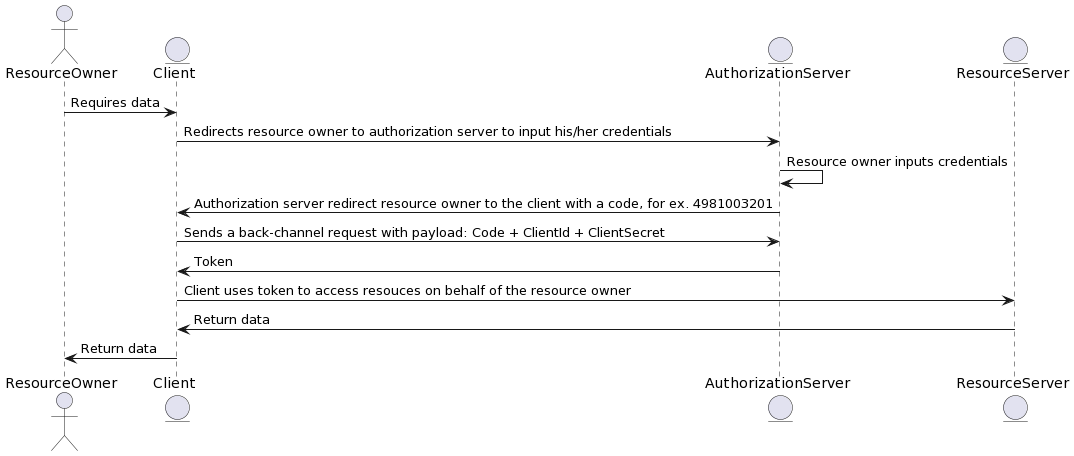
Before: assets/authorization-code-flow.png, a diagram exported from PlantUML (saeedmaghdam/oauth2).
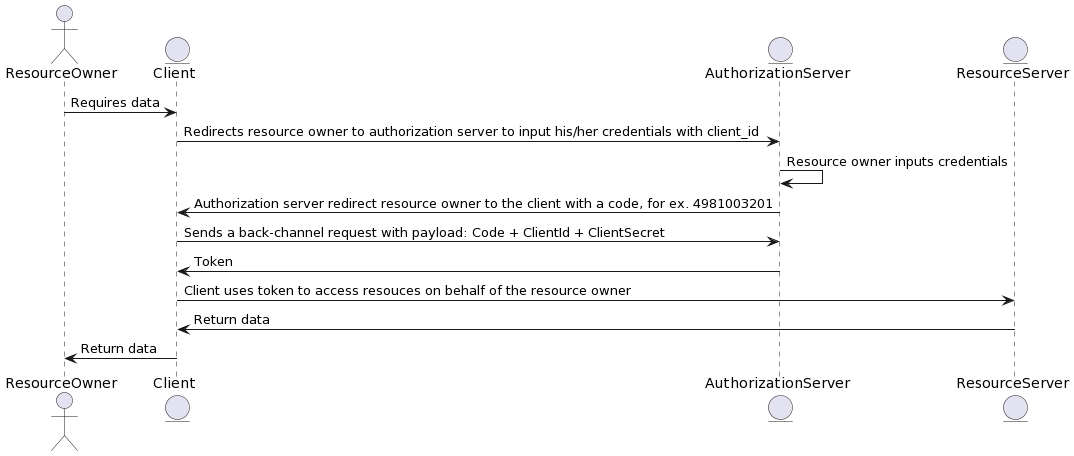
After the change.

Commit message:
added implicit flow + updated code flow

What changed in the source:
```diff
@@ -5,7 +5,7 @@
 entity      ResourceServer      as api
 
 user        -> client               : Requires data
-client      -> idp                  : Redirects resource owner to authorization server to input his/her credentials
+client      -> idp                  : Redirects resource owner to authorization server to input his/her credentials with client_id
 idp         -> idp                  : Resource owner inputs credentials
 idp         -> client               : Authorization server redirect resource owner to the client with a code, for ex. 4981003201
 client      -> idp                  : Sends a back-channel request with payload: Code + ClientId + ClientSecret
```
